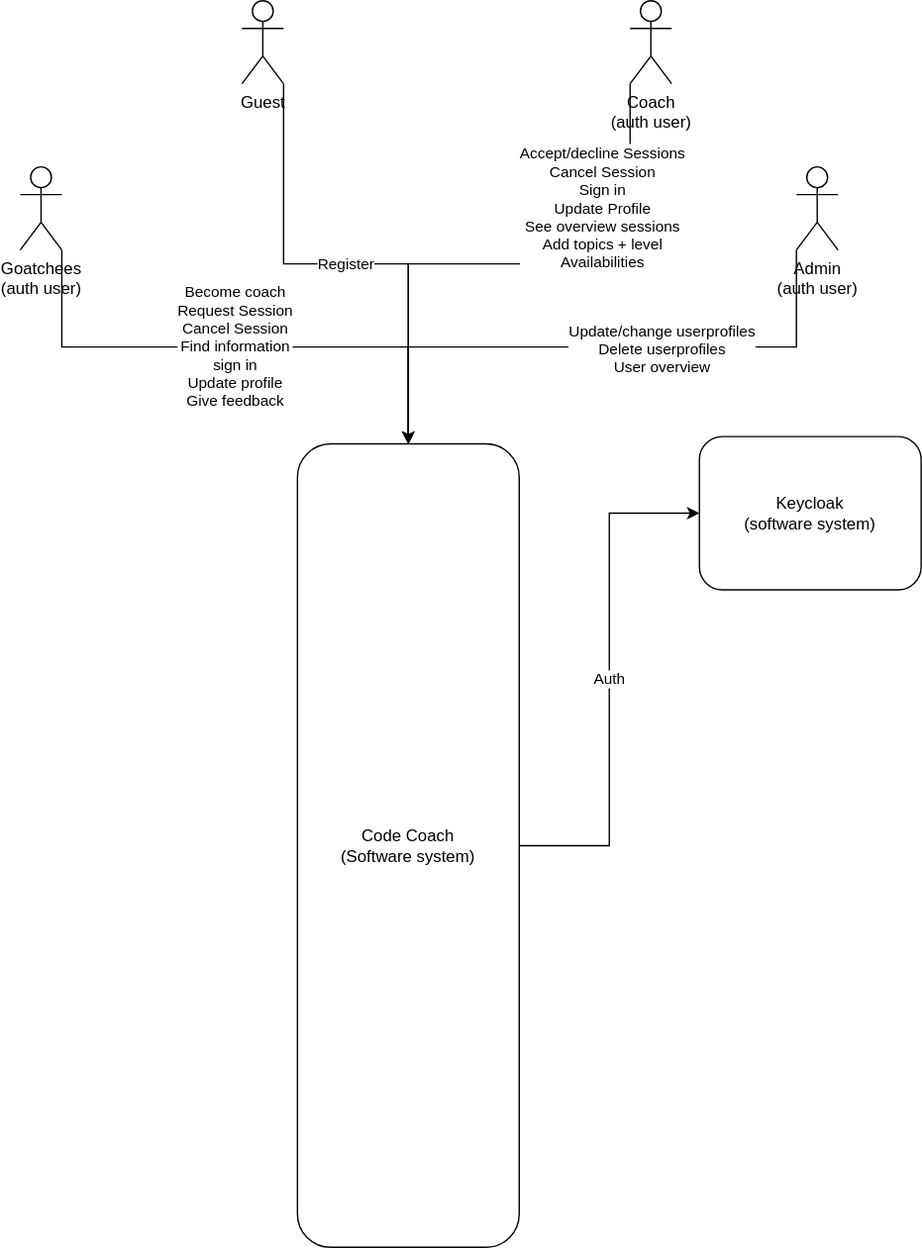
Before: documentation/container-diagram.svg, a diagram exported from draw.io (J-chem/codecoach_lucia_and_the_dwaynians). Source tidied: cells renumbered, new cells last; positions are measured from the earlier drawing's top-left corner, leaving out a move shared by most shapes.
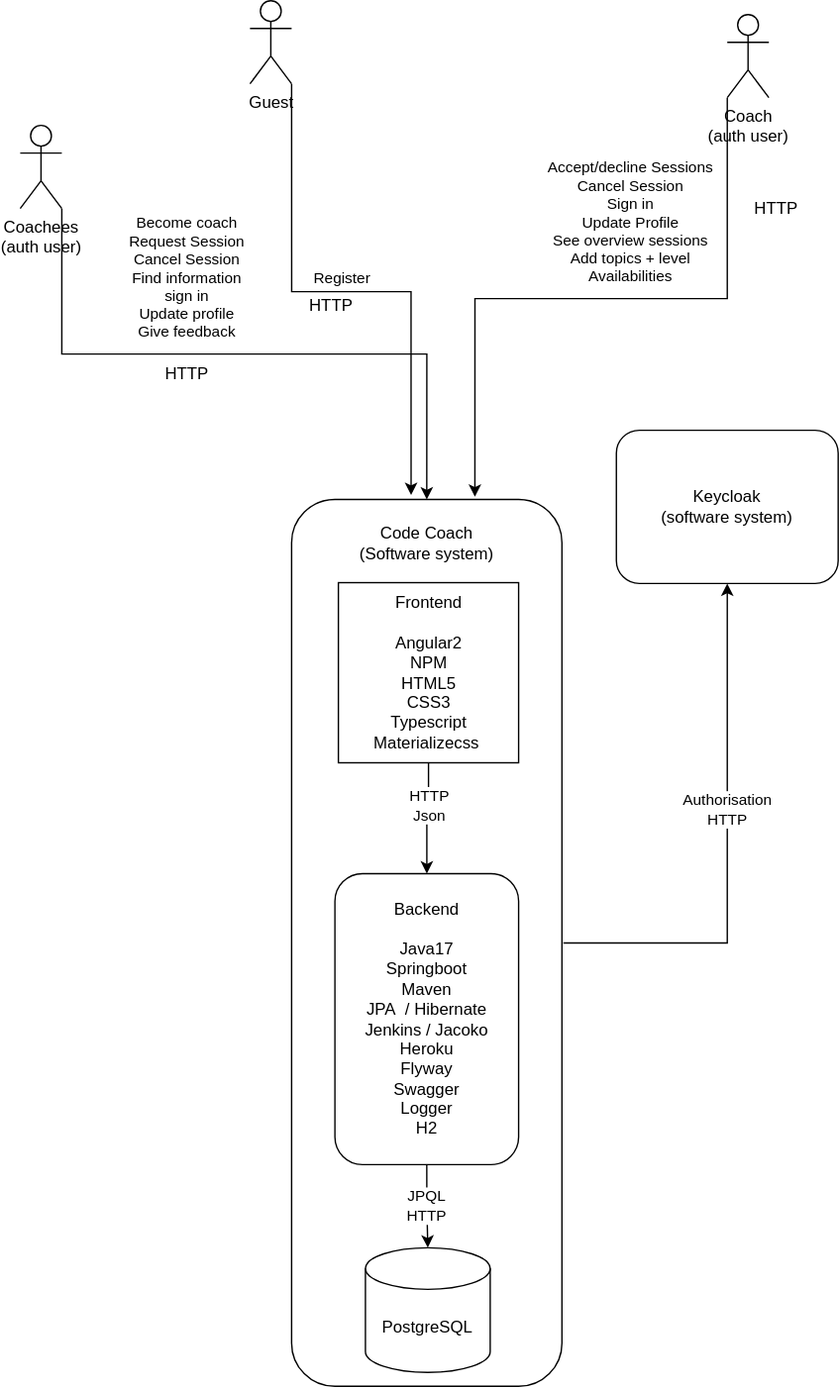
After the change.

What changed in the source:
```diff
@@ -2,47 +2,63 @@
   <root>
     <mxCell id="0" />
     <mxCell id="1" parent="0" />
-    <mxCell id="2" value="Auth" style="edgeStyle=orthogonalEdgeStyle;rounded=0;jettySize=auto;html=1;exitX=1;exitY=0.5;exitDx=0;exitDy=0;" parent="1" edge="1" source="3" target="13">
-      <mxGeometry relative="1" as="geometry" />
-    </mxCell>
-    <mxCell id="3" value="Code Coach&lt;br&gt;(Software system)" style="rounded=1;whiteSpace=wrap;html=1;" parent="1" vertex="1">
-      <mxGeometry x="200" y="320" width="160" height="580" as="geometry" />
+    <mxCell id="3" value="Code Coach&lt;br&gt;(Software system)&lt;br&gt;&lt;br&gt;&lt;br&gt;&lt;br&gt;&lt;br&gt;&lt;br&gt;&lt;br&gt;&lt;br&gt;&lt;br&gt;&lt;br&gt;&lt;br&gt;&lt;br&gt;&lt;br&gt;&lt;br&gt;&lt;br&gt;&lt;br&gt;&lt;br&gt;&lt;br&gt;&lt;br&gt;&lt;br&gt;&lt;br&gt;&lt;br&gt;&lt;br&gt;&lt;br&gt;&lt;br&gt;&lt;br&gt;&lt;br&gt;&lt;br&gt;&lt;br&gt;&lt;br&gt;&lt;br&gt;&lt;br&gt;&lt;br&gt;&lt;br&gt;&lt;br&gt;&lt;br&gt;&lt;br&gt;&lt;br&gt;&lt;br&gt;&lt;br&gt;&lt;br&gt;" style="rounded=1;whiteSpace=wrap;html=1;arcSize=16;" parent="1" vertex="1">
+      <mxGeometry x="195.8" y="390" width="195" height="640" as="geometry" />
     </mxCell>
     <mxCell id="4" value="Become coach&lt;br&gt;Request Session&lt;br&gt;Cancel Session&lt;br&gt;Find information&lt;br&gt;sign in&lt;br&gt;Update profile&lt;br&gt;Give feedback" style="edgeStyle=orthogonalEdgeStyle;rounded=0;jettySize=auto;html=1;exitX=1;exitY=1;exitDx=0;exitDy=0;exitPerimeter=0;entryX=0.5;entryY=0;entryDx=0;entryDy=0;" parent="1" edge="1" source="5" target="3">
-      <mxGeometry relative="1" as="geometry" />
+      <mxGeometry x="-0.18" y="55" relative="1" as="geometry" />
     </mxCell>
-    <mxCell id="5" value="Goatchees&lt;br&gt;(auth user)" style="shape=umlActor;verticalLabelPosition=bottom;verticalAlign=top;html=1;outlineConnect=0;" parent="1" vertex="1">
+    <mxCell id="5" value="Coachees&lt;br&gt;(auth user)" style="shape=umlActor;verticalLabelPosition=bottom;verticalAlign=top;html=1;outlineConnect=0;" parent="1" vertex="1">
       <mxGeometry y="120" width="30" height="60" as="geometry" />
     </mxCell>
-    <mxCell id="6" value="Accept/decline Sessions&lt;br&gt;Cancel Session&lt;br&gt;Sign in&lt;br&gt;Update Profile&lt;br&gt;See overview sessions&lt;br&gt;Add topics + level&lt;br&gt;Availabilities" style="edgeStyle=orthogonalEdgeStyle;rounded=0;jettySize=auto;html=1;exitX=0;exitY=1;exitDx=0;exitDy=0;exitPerimeter=0;" parent="1" edge="1" source="7">
-      <mxGeometry x="-0.57" y="-20" relative="1" as="geometry">
-        <mxPoint x="280" y="320" as="targetPoint" />
-      </mxGeometry>
+    <mxCell id="6" value="Accept/decline Sessions&lt;br&gt;Cancel Session&lt;br&gt;Sign in&lt;br&gt;Update Profile&lt;br&gt;See overview sessions&lt;br&gt;Add topics + level&lt;br&gt;Availabilities" style="edgeStyle=orthogonalEdgeStyle;rounded=0;jettySize=auto;html=1;exitX=0;exitY=1;exitDx=0;exitDy=0;exitPerimeter=0;entryX=0.678;entryY=-0.003;entryDx=0;entryDy=0;entryPerimeter=0;" parent="1" edge="1" source="7" target="3">
+      <mxGeometry x="-0.09" y="-55" relative="1" as="geometry" />
     </mxCell>
     <mxCell id="7" value="Coach&lt;br&gt;(auth user)" style="shape=umlActor;verticalLabelPosition=bottom;verticalAlign=top;html=1;outlineConnect=0;" parent="1" vertex="1">
-      <mxGeometry x="440" width="30" height="60" as="geometry" />
+      <mxGeometry x="510" y="40" width="30" height="60" as="geometry" />
     </mxCell>
-    <mxCell id="8" value="Register" style="edgeStyle=orthogonalEdgeStyle;rounded=0;jettySize=auto;html=1;exitX=1;exitY=1;exitDx=0;exitDy=0;exitPerimeter=0;" parent="1" edge="1" source="9">
-      <mxGeometry relative="1" as="geometry">
-        <mxPoint x="280" y="320" as="targetPoint" />
-      </mxGeometry>
+    <mxCell id="8" value="Register" style="edgeStyle=orthogonalEdgeStyle;rounded=0;jettySize=auto;html=1;exitX=1;exitY=1;exitDx=0;exitDy=0;exitPerimeter=0;entryX=0.442;entryY=-0.005;entryDx=0;entryDy=0;entryPerimeter=0;" parent="1" edge="1" source="9" target="3">
+      <mxGeometry x="-0.03" y="10" relative="1" as="geometry" />
     </mxCell>
     <mxCell id="9" value="Guest" style="shape=umlActor;verticalLabelPosition=bottom;verticalAlign=top;html=1;outlineConnect=0;" parent="1" vertex="1">
-      <mxGeometry x="160" width="30" height="60" as="geometry" />
+      <mxGeometry x="165.8" y="30" width="30" height="60" as="geometry" />
     </mxCell>
-    <mxCell id="10" style="edgeStyle=orthogonalEdgeStyle;rounded=0;jettySize=auto;html=1;exitX=0;exitY=1;exitDx=0;exitDy=0;exitPerimeter=0;" parent="1" edge="1" source="12">
-      <mxGeometry relative="1" as="geometry">
-        <mxPoint x="280" y="320" as="targetPoint" />
-      </mxGeometry>
-    </mxCell>
-    <mxCell id="11" value="Update/change userprofiles&lt;br&gt;Delete userprofiles&lt;br&gt;User overview" style="edgeLabel;html=1;align=center;verticalAlign=middle;" parent="10" vertex="1">
-      <mxGeometry x="-0.2" y="1" relative="1" as="geometry" />
-    </mxCell>
-    <mxCell id="12" value="Admin&lt;br&gt;(auth user)" style="shape=umlActor;verticalLabelPosition=bottom;verticalAlign=top;html=1;outlineConnect=0;" parent="1" vertex="1">
-      <mxGeometry x="560" y="120" width="30" height="60" as="geometry" />
-    </mxCell>
     <mxCell id="13" value="Keycloak&lt;br&gt;(software system)&lt;br&gt;" style="rounded=1;whiteSpace=wrap;html=1;" parent="1" vertex="1">
-      <mxGeometry x="490" y="314.7" width="160" height="110.6" as="geometry" />
+      <mxGeometry x="430" y="340" width="160" height="110.6" as="geometry" />
     </mxCell>
+    <mxCell id="14" style="edgeStyle=orthogonalEdgeStyle;rounded=0;jettySize=auto;html=1;exitX=0.5;exitY=1;exitDx=0;exitDy=0;" parent="1" edge="1" source="16" target="18">
+      <mxGeometry relative="1" as="geometry" />
+    </mxCell>
+    <mxCell id="15" value="HTTP&lt;br&gt;Json" style="edgeLabel;html=1;align=center;verticalAlign=middle;" parent="14" vertex="1">
+      <mxGeometry x="-0.26" y="-1" relative="1" as="geometry">
+        <mxPoint x="1" as="offset" />
+      </mxGeometry>
+    </mxCell>
+    <mxCell id="16" value="Frontend&lt;br&gt;&lt;br&gt;Angular2&lt;br&gt;NPM&lt;br&gt;HTML5&lt;br&gt;CSS3&lt;br&gt;Typescript&lt;br&gt;Materializecss&amp;nbsp;" style="whiteSpace=wrap;html=1;" parent="1" vertex="1">
+      <mxGeometry x="229.5" y="450" width="130" height="130" as="geometry" />
+    </mxCell>
+    <mxCell id="17" value="JPQL&lt;br&gt;HTTP" style="edgeStyle=orthogonalEdgeStyle;rounded=0;jettySize=auto;html=1;exitX=0.5;exitY=1;exitDx=0;exitDy=0;" parent="1" edge="1" source="18" target="19">
+      <mxGeometry relative="1" as="geometry" />
+    </mxCell>
+    <mxCell id="18" value="Backend&lt;br&gt;&lt;br&gt;Java17&lt;br&gt;Springboot&lt;br&gt;Maven&lt;br&gt;JPA&amp;nbsp; / Hibernate&lt;br&gt;Jenkins / Jacoko&lt;br&gt;Heroku&lt;br&gt;Flyway&lt;br&gt;Swagger&lt;br&gt;Logger&lt;br&gt;H2" style="rounded=1;whiteSpace=wrap;html=1;" parent="1" vertex="1">
+      <mxGeometry x="227" y="660" width="132.5" height="210" as="geometry" />
+    </mxCell>
+    <mxCell id="19" value="PostgreSQL" style="shape=cylinder3;whiteSpace=wrap;html=1;boundedLbl=1;backgroundOutline=1;size=15;" parent="1" vertex="1">
+      <mxGeometry x="249" y="930" width="90" height="90" as="geometry" />
+    </mxCell>
+    <mxCell id="2" value="Authorisation&lt;br&gt;HTTP" style="edgeStyle=orthogonalEdgeStyle;rounded=0;jettySize=auto;html=1;exitX=1;exitY=0.5;exitDx=0;exitDy=0;entryX=0.5;entryY=1;entryDx=0;entryDy=0;" parent="1" edge="1" target="13">
+      <mxGeometry x="0.13" relative="1" as="geometry">
+        <mxPoint x="391.8" y="710" as="sourcePoint" />
+      </mxGeometry>
+    </mxCell>
+    <mxCell id="20" value="HTTP" style="text;html=1;align=center;verticalAlign=middle;strokeColor=none;fillColor=none;" parent="1" vertex="1">
+      <mxGeometry x="95" y="290" width="50" height="20" as="geometry" />
+    </mxCell>
+    <mxCell id="21" value="HTTP" style="text;html=1;align=center;verticalAlign=middle;strokeColor=none;fillColor=none;" parent="1" vertex="1">
+      <mxGeometry x="199" y="240" width="50" height="20" as="geometry" />
+    </mxCell>
+    <mxCell id="22" value="HTTP" style="text;html=1;align=center;verticalAlign=middle;strokeColor=none;fillColor=none;" parent="1" vertex="1">
+      <mxGeometry x="520" y="170" width="50" height="20" as="geometry" />
+    </mxCell>
   </root>
 </mxGraphModel>
```
